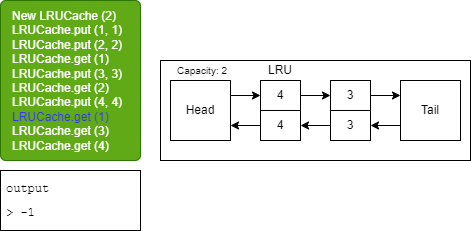
Earlier version of the draw.io export Final_Interview/slides/Slide9.png (bert799/CodingInterviews). Source tidied: cells renumbered, new cells last; positions are measured from the earlier drawing's top-left corner, leaving out a move shared by most shapes. Its diagram source:
```xml
<mxGraphModel background="#ffffff">
  <root>
    <mxCell id="0" />
    <mxCell id="1" parent="0" />
    <mxCell id="2" value="&lt;span style=&quot;&quot;&gt;&#9;&lt;/span&gt;New LRUCache (2)&lt;br&gt;&lt;span style=&quot;&quot;&gt;&#9;&lt;/span&gt;LRUCache.put (1, 1)&lt;br&gt;&lt;span style=&quot;&quot;&gt;&#9;&lt;/span&gt;LRUCache.put (2, 2)&lt;br&gt;LRUCache.get (1)&lt;br&gt;LRUCache.put (3, 3)&lt;br&gt;LRUCache.get (2)&lt;br&gt;LRUCache.put (4, 4)&lt;br&gt;&lt;font color=&quot;#3333ff&quot;&gt;LRUCache.get (1)&lt;br&gt;&lt;/font&gt;LRUCache.get (3)&lt;br&gt;LRUCache.get (4)" style="rounded=1;whiteSpace=wrap;html=1;fillColor=#60a917;verticalAlign=top;align=left;arcSize=4;spacingTop=2;spacingLeft=10;spacingBottom=2;fontColor=#ffffff;strokeColor=#2D7600;" parent="1" vertex="1">
      <mxGeometry width="140" height="160" as="geometry" />
    </mxCell>
    <mxCell id="3" value="&lt;pre style=&quot;line-height: 0%;&quot;&gt;&lt;font color=&quot;#000000&quot;&gt;output&lt;/font&gt;&lt;/pre&gt;&lt;pre style=&quot;text-align: center; line-height: 0%;&quot;&gt;&lt;font color=&quot;#000000&quot;&gt;&lt;br&gt;&lt;/font&gt;&lt;/pre&gt;&lt;pre style=&quot;text-align: justify; line-height: 0%;&quot;&gt;&lt;font color=&quot;#000000&quot;&gt;&amp;gt; -1&lt;/font&gt;&lt;/pre&gt;" style="rounded=0;whiteSpace=wrap;html=1;verticalAlign=top;align=left;spacingLeft=4;fillColor=none;strokeColor=#000000;" parent="1" vertex="1">
      <mxGeometry y="170" width="140" height="60" as="geometry" />
    </mxCell>
    <mxCell id="4" style="rounded=0;whiteSpace=wrap;html=1;fontSize=12;fillColor=none;strokeColor=#000000;" parent="1" vertex="1">
      <mxGeometry x="160" y="60" width="310" height="100" as="geometry" />
    </mxCell>
    <mxCell id="5" value="&lt;font style=&quot;font-size: 10px;&quot;&gt;Capacity: 2&lt;/font&gt;" style="text;html=1;strokeColor=none;fillColor=none;align=center;verticalAlign=middle;whiteSpace=wrap;rounded=0;fontColor=#000000;" parent="1" vertex="1">
      <mxGeometry x="167" y="55" width="70" height="30" as="geometry" />
    </mxCell>
    <mxCell id="6" value="LRU" style="text;html=1;strokeColor=none;fillColor=none;align=center;verticalAlign=middle;whiteSpace=wrap;rounded=0;fontSize=12;fontColor=#000000;" parent="1" vertex="1">
      <mxGeometry x="255" y="60" width="50" height="20" as="geometry" />
    </mxCell>
    <mxCell id="7" style="edgeStyle=none;html=1;exitX=1;exitY=0.25;exitDx=0;exitDy=0;entryX=0;entryY=0.5;entryDx=0;entryDy=0;fontSize=12;fontColor=#000000;strokeColor=#000000;" parent="1" edge="1" source="8" target="12">
      <mxGeometry relative="1" as="geometry" />
    </mxCell>
    <mxCell id="8" value="&lt;font color=&quot;#000000&quot;&gt;Head&lt;/font&gt;" style="whiteSpace=wrap;html=1;rounded=0;strokeColor=#000000;fontSize=12;fillColor=none;" parent="1" vertex="1">
      <mxGeometry x="170" y="80" width="60" height="60" as="geometry" />
    </mxCell>
    <mxCell id="9" style="edgeStyle=none;html=1;exitX=0;exitY=0.75;exitDx=0;exitDy=0;entryX=1;entryY=0.5;entryDx=0;entryDy=0;strokeColor=#000000;fontSize=12;fontColor=#000000;" parent="1" edge="1" source="10" target="18">
      <mxGeometry relative="1" as="geometry" />
    </mxCell>
    <mxCell id="10" value="&lt;font color=&quot;#000000&quot;&gt;Tail&lt;/font&gt;" style="whiteSpace=wrap;html=1;rounded=0;strokeColor=#000000;fontSize=12;fillColor=none;" parent="1" vertex="1">
      <mxGeometry x="400" y="80" width="60" height="60" as="geometry" />
    </mxCell>
    <mxCell id="11" style="edgeStyle=none;html=1;exitX=1;exitY=0.5;exitDx=0;exitDy=0;entryX=0;entryY=0.5;entryDx=0;entryDy=0;strokeColor=#000000;fontSize=12;fontColor=#000000;" parent="1" edge="1" source="12" target="14">
      <mxGeometry relative="1" as="geometry" />
    </mxCell>
    <mxCell id="12" value="4" style="rounded=0;whiteSpace=wrap;html=1;strokeColor=#000000;fontSize=12;fontColor=#000000;fillColor=none;" parent="1" vertex="1">
      <mxGeometry x="260" y="80" width="40" height="30" as="geometry" />
    </mxCell>
    <mxCell id="13" style="edgeStyle=none;html=1;exitX=1;exitY=0.5;exitDx=0;exitDy=0;entryX=0;entryY=0.25;entryDx=0;entryDy=0;strokeColor=#000000;fontSize=12;fontColor=#000000;" parent="1" edge="1" source="14" target="10">
      <mxGeometry relative="1" as="geometry" />
    </mxCell>
    <mxCell id="14" value="3" style="rounded=0;whiteSpace=wrap;html=1;strokeColor=#000000;fontSize=12;fontColor=#000000;fillColor=none;" parent="1" vertex="1">
      <mxGeometry x="330" y="80" width="40" height="30" as="geometry" />
    </mxCell>
    <mxCell id="15" style="edgeStyle=none;html=1;exitX=0;exitY=0.5;exitDx=0;exitDy=0;entryX=1;entryY=0.75;entryDx=0;entryDy=0;strokeColor=#000000;fontSize=12;fontColor=#000000;" parent="1" edge="1" source="16" target="8">
      <mxGeometry relative="1" as="geometry" />
    </mxCell>
    <mxCell id="16" value="4" style="rounded=0;whiteSpace=wrap;html=1;strokeColor=#000000;fontSize=12;fontColor=#000000;fillColor=none;" parent="1" vertex="1">
      <mxGeometry x="260" y="110" width="40" height="30" as="geometry" />
    </mxCell>
    <mxCell id="17" style="edgeStyle=none;html=1;exitX=0;exitY=0.5;exitDx=0;exitDy=0;strokeColor=#000000;fontSize=12;fontColor=#000000;" parent="1" edge="1" source="18" target="16">
      <mxGeometry relative="1" as="geometry" />
    </mxCell>
    <mxCell id="18" value="3" style="rounded=0;whiteSpace=wrap;html=1;strokeColor=#000000;fontSize=12;fontColor=#000000;fillColor=none;" parent="1" vertex="1">
      <mxGeometry x="330" y="110" width="40" height="30" as="geometry" />
    </mxCell>
  </root>
</mxGraphModel>
```
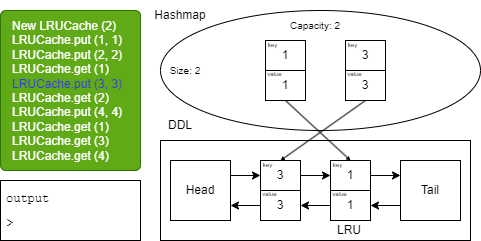
After the commit.

What changed in the source:
```diff
@@ -2,56 +2,122 @@
   <root>
     <mxCell id="0" />
     <mxCell id="1" parent="0" />
-    <mxCell id="2" value="&lt;span style=&quot;&quot;&gt;&#9;&lt;/span&gt;New LRUCache (2)&lt;br&gt;&lt;span style=&quot;&quot;&gt;&#9;&lt;/span&gt;LRUCache.put (1, 1)&lt;br&gt;&lt;span style=&quot;&quot;&gt;&#9;&lt;/span&gt;LRUCache.put (2, 2)&lt;br&gt;LRUCache.get (1)&lt;br&gt;LRUCache.put (3, 3)&lt;br&gt;LRUCache.get (2)&lt;br&gt;LRUCache.put (4, 4)&lt;br&gt;&lt;font color=&quot;#3333ff&quot;&gt;LRUCache.get (1)&lt;br&gt;&lt;/font&gt;LRUCache.get (3)&lt;br&gt;LRUCache.get (4)" style="rounded=1;whiteSpace=wrap;html=1;fillColor=#60a917;verticalAlign=top;align=left;arcSize=4;spacingTop=2;spacingLeft=10;spacingBottom=2;fontColor=#ffffff;strokeColor=#2D7600;" parent="1" vertex="1">
+    <mxCell id="2" value="&lt;span style=&quot;&quot;&gt;&#9;&lt;/span&gt;New LRUCache (2)&lt;br&gt;&lt;span style=&quot;&quot;&gt;&#9;&lt;/span&gt;LRUCache.put (1, 1)&lt;br&gt;&lt;span style=&quot;&quot;&gt;&#9;&lt;/span&gt;LRUCache.put (2, 2)&lt;br&gt;LRUCache.get (1)&lt;br&gt;&lt;font color=&quot;#3333ff&quot;&gt;LRUCache.put (3, 3)&lt;br&gt;&lt;/font&gt;LRUCache.get (2)&lt;br&gt;LRUCache.put (4, 4)&lt;br&gt;LRUCache.get (1)&lt;br&gt;LRUCache.get (3)&lt;br&gt;LRUCache.get (4)" style="rounded=1;whiteSpace=wrap;html=1;fillColor=#60a917;verticalAlign=top;align=left;arcSize=4;spacingTop=2;spacingLeft=10;spacingBottom=2;fontColor=#ffffff;strokeColor=#2D7600;" parent="1" vertex="1">
       <mxGeometry width="140" height="160" as="geometry" />
     </mxCell>
-    <mxCell id="3" value="&lt;pre style=&quot;line-height: 0%;&quot;&gt;&lt;font color=&quot;#000000&quot;&gt;output&lt;/font&gt;&lt;/pre&gt;&lt;pre style=&quot;text-align: center; line-height: 0%;&quot;&gt;&lt;font color=&quot;#000000&quot;&gt;&lt;br&gt;&lt;/font&gt;&lt;/pre&gt;&lt;pre style=&quot;text-align: justify; line-height: 0%;&quot;&gt;&lt;font color=&quot;#000000&quot;&gt;&amp;gt; -1&lt;/font&gt;&lt;/pre&gt;" style="rounded=0;whiteSpace=wrap;html=1;verticalAlign=top;align=left;spacingLeft=4;fillColor=none;strokeColor=#000000;" parent="1" vertex="1">
+    <mxCell id="3" value="&lt;pre style=&quot;line-height: 0%;&quot;&gt;&lt;font color=&quot;#000000&quot;&gt;output&lt;/font&gt;&lt;/pre&gt;&lt;pre style=&quot;text-align: center; line-height: 0%;&quot;&gt;&lt;font color=&quot;#000000&quot;&gt;&lt;br&gt;&lt;/font&gt;&lt;/pre&gt;&lt;pre style=&quot;text-align: justify; line-height: 0%;&quot;&gt;&lt;font color=&quot;#000000&quot;&gt;&amp;gt; &lt;/font&gt;&lt;/pre&gt;" style="rounded=0;whiteSpace=wrap;html=1;verticalAlign=top;align=left;spacingLeft=4;fillColor=none;strokeColor=#000000;" parent="1" vertex="1">
       <mxGeometry y="170" width="140" height="60" as="geometry" />
     </mxCell>
-    <mxCell id="4" style="rounded=0;whiteSpace=wrap;html=1;fontSize=12;fillColor=none;strokeColor=#000000;" parent="1" vertex="1">
-      <mxGeometry x="160" y="60" width="310" height="100" as="geometry" />
-    </mxCell>
+    <mxCell id="19" style="rounded=0;whiteSpace=wrap;html=1;fontSize=12;fillColor=none;strokeColor=#000000;" parent="1" vertex="1">
+      <mxGeometry x="160" y="130" width="310" height="100" as="geometry" />
+    </mxCell>
+    <mxCell id="20" style="edgeStyle=none;html=1;exitX=1;exitY=0.25;exitDx=0;exitDy=0;fontSize=10;fontColor=#FFFFFF;strokeColor=#000000;entryX=0;entryY=0.5;entryDx=0;entryDy=0;" parent="1" edge="1" source="8" target="39">
+      <mxGeometry relative="1" as="geometry" />
+    </mxCell>
+    <mxCell id="8" value="&lt;font color=&quot;#000000&quot;&gt;Head&lt;/font&gt;" style="whiteSpace=wrap;html=1;rounded=0;strokeColor=#000000;fontSize=12;fillColor=none;" parent="1" vertex="1">
+      <mxGeometry x="170" y="150" width="60" height="60" as="geometry" />
+    </mxCell>
+    <mxCell id="21" style="edgeStyle=none;html=1;exitX=0;exitY=0.75;exitDx=0;exitDy=0;entryX=1;entryY=0.5;entryDx=0;entryDy=0;strokeColor=#000000;fontSize=10;fontColor=#FFFFFF;" parent="1" edge="1" source="10" target="29">
+      <mxGeometry relative="1" as="geometry" />
+    </mxCell>
+    <mxCell id="10" value="&lt;font color=&quot;#000000&quot;&gt;Tail&lt;/font&gt;" style="whiteSpace=wrap;html=1;rounded=0;strokeColor=#000000;fontSize=12;fillColor=none;" parent="1" vertex="1">
+      <mxGeometry x="400" y="150" width="60" height="60" as="geometry" />
+    </mxCell>
+    <mxCell id="22" style="edgeStyle=none;html=1;exitX=1;exitY=0.5;exitDx=0;exitDy=0;entryX=0;entryY=0.25;entryDx=0;entryDy=0;strokeColor=#000000;fontSize=10;fontColor=#FFFFFF;" parent="1" edge="1" source="28" target="10">
+      <mxGeometry relative="1" as="geometry" />
+    </mxCell>
+    <mxCell id="23" style="edgeStyle=none;html=1;exitX=0;exitY=0.5;exitDx=0;exitDy=0;strokeColor=#000000;fontSize=10;fontColor=#FFFFFF;entryX=1;entryY=0.5;entryDx=0;entryDy=0;" parent="1" edge="1" source="29" target="40">
+      <mxGeometry relative="1" as="geometry" />
+    </mxCell>
     <mxCell id="5" value="&lt;font style=&quot;font-size: 10px;&quot;&gt;Capacity: 2&lt;/font&gt;" style="text;html=1;strokeColor=none;fillColor=none;align=center;verticalAlign=middle;whiteSpace=wrap;rounded=0;fontColor=#000000;" parent="1" vertex="1">
-      <mxGeometry x="167" y="55" width="70" height="30" as="geometry" />
+      <mxGeometry x="280" width="70" height="30" as="geometry" />
     </mxCell>
+    <mxCell id="24" style="ellipse;whiteSpace=wrap;html=1;fillColor=none;strokeColor=#000000;" parent="1" vertex="1">
+      <mxGeometry x="160" width="320" height="120" as="geometry" />
+    </mxCell>
+    <mxCell id="25" value="&lt;font color=&quot;#000000&quot;&gt;Hashmap&lt;/font&gt;" style="text;html=1;strokeColor=none;fillColor=none;align=center;verticalAlign=middle;whiteSpace=wrap;rounded=0;" parent="1" vertex="1">
+      <mxGeometry x="150" y="-10" width="60" height="30" as="geometry" />
+    </mxCell>
+    <mxCell id="26" value="&lt;font color=&quot;#000000&quot;&gt;DDL&lt;/font&gt;" style="text;html=1;strokeColor=none;fillColor=none;align=center;verticalAlign=middle;whiteSpace=wrap;rounded=0;" parent="1" vertex="1">
+      <mxGeometry x="150" y="100" width="60" height="30" as="geometry" />
+    </mxCell>
+    <mxCell id="27" style="group;" parent="1" vertex="1">
+      <mxGeometry x="325" y="148" width="45" height="62" as="geometry" />
+    </mxCell>
+    <mxCell id="28" value="1" style="rounded=0;whiteSpace=wrap;html=1;strokeColor=#000000;fontSize=12;fontColor=#000000;fillColor=none;" parent="27" vertex="1">
+      <mxGeometry x="5" y="2" width="40" height="30" as="geometry" />
+    </mxCell>
+    <mxCell id="29" value="1" style="rounded=0;whiteSpace=wrap;html=1;strokeColor=#000000;fontSize=12;fontColor=#000000;fillColor=none;" parent="27" vertex="1">
+      <mxGeometry x="5" y="32" width="40" height="30" as="geometry" />
+    </mxCell>
+    <mxCell id="30" value="&lt;font style=&quot;font-size: 6px;&quot; color=&quot;#000000&quot;&gt;key&lt;/font&gt;" style="text;html=1;strokeColor=none;fillColor=none;align=center;verticalAlign=middle;whiteSpace=wrap;rounded=0;" parent="27" vertex="1">
+      <mxGeometry width="25" height="10" as="geometry" />
+    </mxCell>
+    <mxCell id="31" value="&lt;font style=&quot;font-size: 6px;&quot; color=&quot;#000000&quot;&gt;value&lt;/font&gt;" style="text;html=1;strokeColor=none;fillColor=none;align=center;verticalAlign=middle;whiteSpace=wrap;rounded=0;" parent="27" vertex="1">
+      <mxGeometry x="2" y="29" width="25" height="10" as="geometry" />
+    </mxCell>
+    <mxCell id="32" style="edgeStyle=none;html=1;exitX=0.5;exitY=1;exitDx=0;exitDy=0;fontSize=6;fillColor=#d80073;strokeColor=#000000;endSize=2;startSize=2;jumpSize=6;strokeWidth=1;entryX=0.5;entryY=0;entryDx=0;entryDy=0;" parent="1" edge="1" source="35" target="39">
+      <mxGeometry relative="1" as="geometry" />
+    </mxCell>
+    <mxCell id="33" style="group;" parent="1" vertex="1">
+      <mxGeometry x="340" y="28" width="45" height="62" as="geometry" />
+    </mxCell>
+    <mxCell id="34" value="3" style="rounded=0;whiteSpace=wrap;html=1;strokeColor=#000000;fontSize=12;fontColor=#000000;fillColor=none;" parent="33" vertex="1">
+      <mxGeometry x="5" y="2" width="40" height="30" as="geometry" />
+    </mxCell>
+    <mxCell id="35" value="3" style="rounded=0;whiteSpace=wrap;html=1;strokeColor=#000000;fontSize=12;fontColor=#000000;fillColor=none;" parent="33" vertex="1">
+      <mxGeometry x="5" y="32" width="40" height="30" as="geometry" />
+    </mxCell>
+    <mxCell id="36" value="&lt;font style=&quot;font-size: 6px;&quot; color=&quot;#000000&quot;&gt;key&lt;/font&gt;" style="text;html=1;strokeColor=none;fillColor=none;align=center;verticalAlign=middle;whiteSpace=wrap;rounded=0;" parent="33" vertex="1">
+      <mxGeometry width="25" height="10" as="geometry" />
+    </mxCell>
+    <mxCell id="37" value="&lt;font style=&quot;font-size: 6px;&quot; color=&quot;#000000&quot;&gt;value&lt;/font&gt;" style="text;html=1;strokeColor=none;fillColor=none;align=center;verticalAlign=middle;whiteSpace=wrap;rounded=0;" parent="33" vertex="1">
+      <mxGeometry x="2" y="29" width="25" height="10" as="geometry" />
+    </mxCell>
     <mxCell id="6" value="LRU" style="text;html=1;strokeColor=none;fillColor=none;align=center;verticalAlign=middle;whiteSpace=wrap;rounded=0;fontSize=12;fontColor=#000000;" parent="1" vertex="1">
-      <mxGeometry x="255" y="60" width="50" height="20" as="geometry" />
+      <mxGeometry x="324" y="210" width="50" height="20" as="geometry" />
     </mxCell>
-    <mxCell id="7" style="edgeStyle=none;html=1;exitX=1;exitY=0.25;exitDx=0;exitDy=0;entryX=0;entryY=0.5;entryDx=0;entryDy=0;fontSize=12;fontColor=#000000;strokeColor=#000000;" parent="1" edge="1" source="8" target="12">
-      <mxGeometry relative="1" as="geometry" />
-    </mxCell>
-    <mxCell id="8" value="&lt;font color=&quot;#000000&quot;&gt;Head&lt;/font&gt;" style="whiteSpace=wrap;html=1;rounded=0;strokeColor=#000000;fontSize=12;fillColor=none;" parent="1" vertex="1">
-      <mxGeometry x="170" y="80" width="60" height="60" as="geometry" />
-    </mxCell>
-    <mxCell id="9" style="edgeStyle=none;html=1;exitX=0;exitY=0.75;exitDx=0;exitDy=0;entryX=1;entryY=0.5;entryDx=0;entryDy=0;strokeColor=#000000;fontSize=12;fontColor=#000000;" parent="1" edge="1" source="10" target="18">
-      <mxGeometry relative="1" as="geometry" />
-    </mxCell>
-    <mxCell id="10" value="&lt;font color=&quot;#000000&quot;&gt;Tail&lt;/font&gt;" style="whiteSpace=wrap;html=1;rounded=0;strokeColor=#000000;fontSize=12;fillColor=none;" parent="1" vertex="1">
-      <mxGeometry x="400" y="80" width="60" height="60" as="geometry" />
-    </mxCell>
-    <mxCell id="11" style="edgeStyle=none;html=1;exitX=1;exitY=0.5;exitDx=0;exitDy=0;entryX=0;entryY=0.5;entryDx=0;entryDy=0;strokeColor=#000000;fontSize=12;fontColor=#000000;" parent="1" edge="1" source="12" target="14">
-      <mxGeometry relative="1" as="geometry" />
-    </mxCell>
-    <mxCell id="12" value="4" style="rounded=0;whiteSpace=wrap;html=1;strokeColor=#000000;fontSize=12;fontColor=#000000;fillColor=none;" parent="1" vertex="1">
-      <mxGeometry x="260" y="80" width="40" height="30" as="geometry" />
-    </mxCell>
-    <mxCell id="13" style="edgeStyle=none;html=1;exitX=1;exitY=0.5;exitDx=0;exitDy=0;entryX=0;entryY=0.25;entryDx=0;entryDy=0;strokeColor=#000000;fontSize=12;fontColor=#000000;" parent="1" edge="1" source="14" target="10">
-      <mxGeometry relative="1" as="geometry" />
-    </mxCell>
-    <mxCell id="14" value="3" style="rounded=0;whiteSpace=wrap;html=1;strokeColor=#000000;fontSize=12;fontColor=#000000;fillColor=none;" parent="1" vertex="1">
-      <mxGeometry x="330" y="80" width="40" height="30" as="geometry" />
-    </mxCell>
-    <mxCell id="15" style="edgeStyle=none;html=1;exitX=0;exitY=0.5;exitDx=0;exitDy=0;entryX=1;entryY=0.75;entryDx=0;entryDy=0;strokeColor=#000000;fontSize=12;fontColor=#000000;" parent="1" edge="1" source="16" target="8">
-      <mxGeometry relative="1" as="geometry" />
-    </mxCell>
-    <mxCell id="16" value="4" style="rounded=0;whiteSpace=wrap;html=1;strokeColor=#000000;fontSize=12;fontColor=#000000;fillColor=none;" parent="1" vertex="1">
-      <mxGeometry x="260" y="110" width="40" height="30" as="geometry" />
-    </mxCell>
-    <mxCell id="17" style="edgeStyle=none;html=1;exitX=0;exitY=0.5;exitDx=0;exitDy=0;strokeColor=#000000;fontSize=12;fontColor=#000000;" parent="1" edge="1" source="18" target="16">
-      <mxGeometry relative="1" as="geometry" />
-    </mxCell>
-    <mxCell id="18" value="3" style="rounded=0;whiteSpace=wrap;html=1;strokeColor=#000000;fontSize=12;fontColor=#000000;fillColor=none;" parent="1" vertex="1">
-      <mxGeometry x="330" y="110" width="40" height="30" as="geometry" />
-    </mxCell>
+    <mxCell id="38" style="group;" parent="1" vertex="1">
+      <mxGeometry x="255" y="148" width="45" height="62" as="geometry" />
+    </mxCell>
+    <mxCell id="39" value="3" style="rounded=0;whiteSpace=wrap;html=1;strokeColor=#000000;fontSize=12;fontColor=#000000;fillColor=none;" parent="38" vertex="1">
+      <mxGeometry x="5" y="2" width="40" height="30" as="geometry" />
+    </mxCell>
+    <mxCell id="40" value="3" style="rounded=0;whiteSpace=wrap;html=1;strokeColor=#000000;fontSize=12;fontColor=#000000;fillColor=none;" parent="38" vertex="1">
+      <mxGeometry x="5" y="32" width="40" height="30" as="geometry" />
+    </mxCell>
+    <mxCell id="41" value="&lt;font style=&quot;font-size: 6px;&quot; color=&quot;#000000&quot;&gt;key&lt;/font&gt;" style="text;html=1;strokeColor=none;fillColor=none;align=center;verticalAlign=middle;whiteSpace=wrap;rounded=0;" parent="38" vertex="1">
+      <mxGeometry width="25" height="10" as="geometry" />
+    </mxCell>
+    <mxCell id="42" value="&lt;font style=&quot;font-size: 6px;&quot; color=&quot;#000000&quot;&gt;value&lt;/font&gt;" style="text;html=1;strokeColor=none;fillColor=none;align=center;verticalAlign=middle;whiteSpace=wrap;rounded=0;" parent="38" vertex="1">
+      <mxGeometry x="2" y="29" width="25" height="10" as="geometry" />
+    </mxCell>
+    <mxCell id="43" style="edgeStyle=none;html=1;exitX=1;exitY=0.5;exitDx=0;exitDy=0;entryX=0;entryY=0.5;entryDx=0;entryDy=0;strokeColor=#000000;" parent="1" edge="1" source="39" target="28">
+      <mxGeometry relative="1" as="geometry" />
+    </mxCell>
+    <mxCell id="44" style="edgeStyle=none;html=1;exitX=0;exitY=0.5;exitDx=0;exitDy=0;entryX=1;entryY=0.75;entryDx=0;entryDy=0;strokeColor=#000000;" parent="1" edge="1" source="40" target="8">
+      <mxGeometry relative="1" as="geometry" />
+    </mxCell>
+    <mxCell id="45" style="group;" parent="1" vertex="1">
+      <mxGeometry x="260" y="28" width="45" height="62" as="geometry" />
+    </mxCell>
+    <mxCell id="46" value="1" style="rounded=0;whiteSpace=wrap;html=1;strokeColor=#000000;fontSize=12;fontColor=#000000;fillColor=none;" parent="45" vertex="1">
+      <mxGeometry x="5" y="2" width="40" height="30" as="geometry" />
+    </mxCell>
+    <mxCell id="47" value="1" style="rounded=0;whiteSpace=wrap;html=1;strokeColor=#000000;fontSize=12;fontColor=#000000;fillColor=none;" parent="45" vertex="1">
+      <mxGeometry x="5" y="32" width="40" height="30" as="geometry" />
+    </mxCell>
+    <mxCell id="48" value="&lt;font style=&quot;font-size: 6px;&quot; color=&quot;#000000&quot;&gt;key&lt;/font&gt;" style="text;html=1;strokeColor=none;fillColor=none;align=center;verticalAlign=middle;whiteSpace=wrap;rounded=0;" parent="45" vertex="1">
+      <mxGeometry width="25" height="10" as="geometry" />
+    </mxCell>
+    <mxCell id="49" value="&lt;font style=&quot;font-size: 6px;&quot; color=&quot;#000000&quot;&gt;value&lt;/font&gt;" style="text;html=1;strokeColor=none;fillColor=none;align=center;verticalAlign=middle;whiteSpace=wrap;rounded=0;" parent="45" vertex="1">
+      <mxGeometry x="2" y="29" width="25" height="10" as="geometry" />
+    </mxCell>
+    <mxCell id="50" style="edgeStyle=none;html=1;exitX=0.5;exitY=1;exitDx=0;exitDy=0;strokeColor=#000000;endSize=2;startSize=2;entryX=0.5;entryY=0;entryDx=0;entryDy=0;" parent="1" edge="1" source="47" target="28">
+      <mxGeometry relative="1" as="geometry" />
+    </mxCell>
+    <mxCell id="51" value="&lt;font style=&quot;font-size: 10px;&quot;&gt;Size: 2&lt;br&gt;&lt;/font&gt;" style="text;html=1;strokeColor=none;fillColor=none;align=center;verticalAlign=middle;whiteSpace=wrap;rounded=0;fontColor=#000000;" parent="1" vertex="1">
+      <mxGeometry x="150" y="45" width="70" height="30" as="geometry" />
+    </mxCell>
   </root>
 </mxGraphModel>
```
